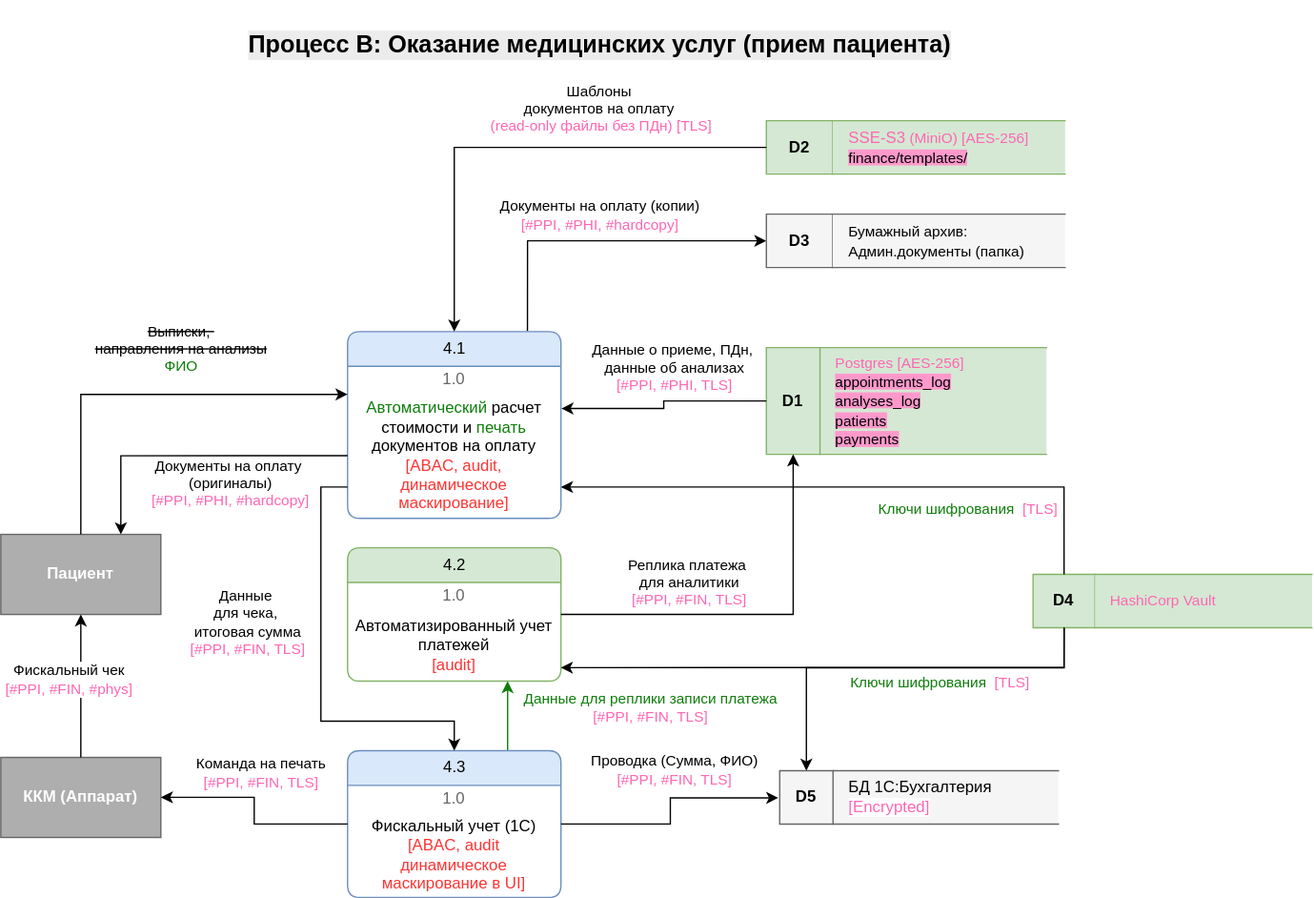
Before: task1/images/processC_to_be.drawio.svg, a diagram exported from draw.io (andreevcode/10_arch_pro_medikamente). Source tidied: cells renumbered, new cells last; positions are measured from the earlier drawing's top-left corner, leaving out a move shared by most shapes.
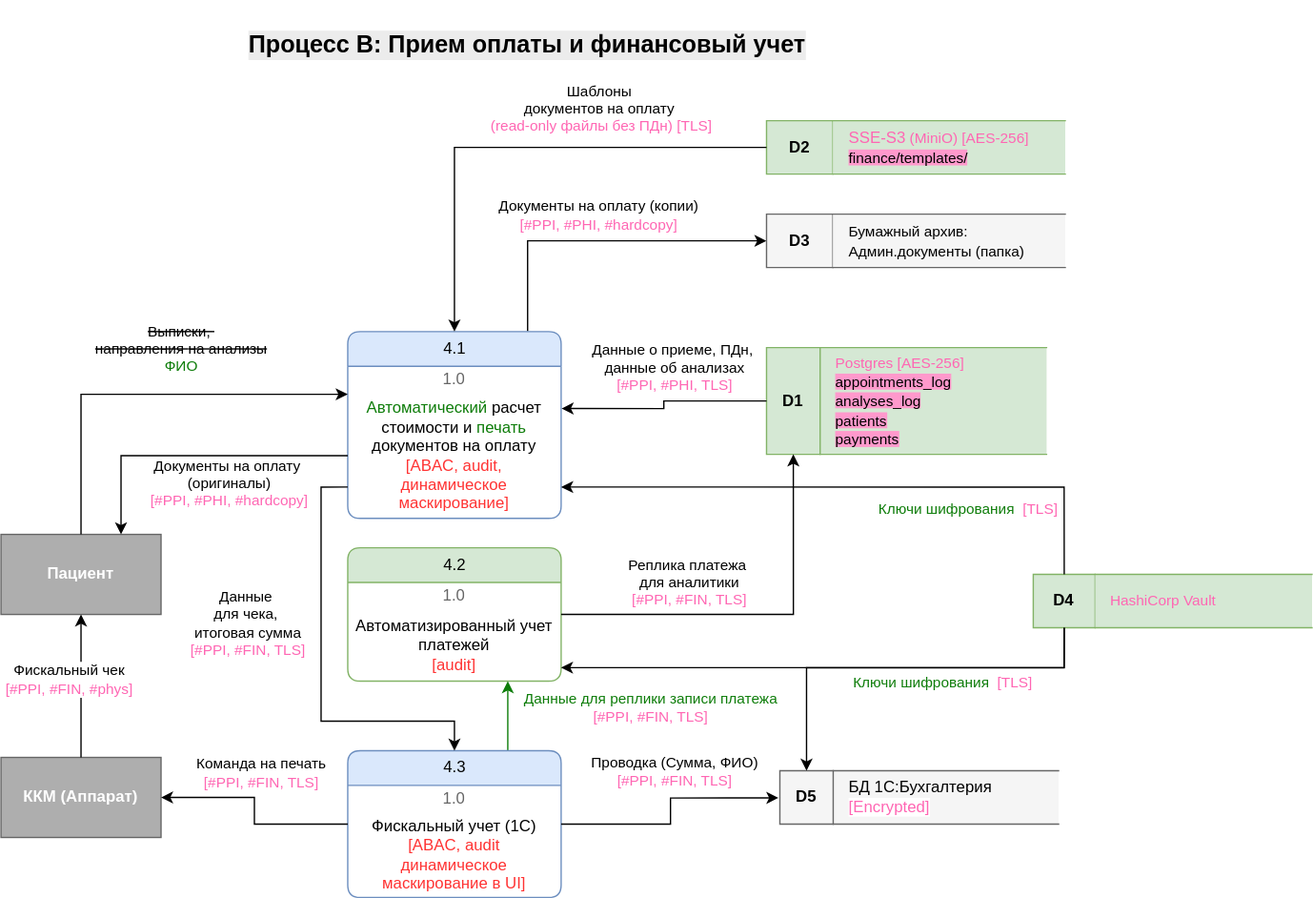
After the change.

Commit message:
pdb_transform: task1 and task6 diagrams fixes

The edit, as a diff of the source:
```diff
@@ -135,7 +135,7 @@
         <mxPoint x="22" y="-31" as="offset" />
       </mxGeometry>
     </mxCell>
-    <mxCell id="39" value="&lt;h4 style=&quot;forced-color-adjust: none; color: rgb(0, 0, 0); font-family: Helvetica; font-style: normal; font-variant-ligatures: normal; font-variant-caps: normal; letter-spacing: normal; orphans: 2; text-align: left; text-indent: 0px; text-transform: none; widows: 2; word-spacing: 0px; -webkit-text-stroke-width: 0px; white-space: normal; background-color: rgb(236, 236, 236); text-decoration-thickness: initial; text-decoration-style: initial; text-decoration-color: initial;&quot;&gt;&lt;b style=&quot;forced-color-adjust: none;&quot;&gt;&lt;font style=&quot;font-size: 18px;&quot;&gt;Процесс В: Оказание медицинских услуг (прием пациента)&lt;/font&gt;&lt;/b&gt;&lt;/h4&gt;" style="text;whiteSpace=wrap;html=1;" parent="1" vertex="1">
+    <mxCell id="39" value="&lt;h4 style=&quot;forced-color-adjust: none; color: rgb(0, 0, 0); font-family: Helvetica; font-style: normal; font-variant-ligatures: normal; font-variant-caps: normal; letter-spacing: normal; orphans: 2; text-align: left; text-indent: 0px; text-transform: none; widows: 2; word-spacing: 0px; -webkit-text-stroke-width: 0px; white-space: normal; background-color: rgb(236, 236, 236); text-decoration-thickness: initial; text-decoration-style: initial; text-decoration-color: initial;&quot;&gt;&lt;b style=&quot;forced-color-adjust: none;&quot;&gt;&lt;font style=&quot;font-size: 18px;&quot;&gt;Процесс В: Прием оплаты и финансовый учет&lt;/font&gt;&lt;/b&gt;&lt;/h4&gt;" style="text;whiteSpace=wrap;html=1;" parent="1" vertex="1">
       <mxGeometry x="184" width="640" height="80" as="geometry" />
     </mxCell>
     <mxCell id="40" style="edgeStyle=orthogonalEdgeStyle;rounded=0;jettySize=auto;html=1;exitX=0;exitY=0.5;exitDx=0;exitDy=0;entryX=0.75;entryY=0;entryDx=0;entryDy=0;" parent="1" edge="1" source="14" target="10">
```
